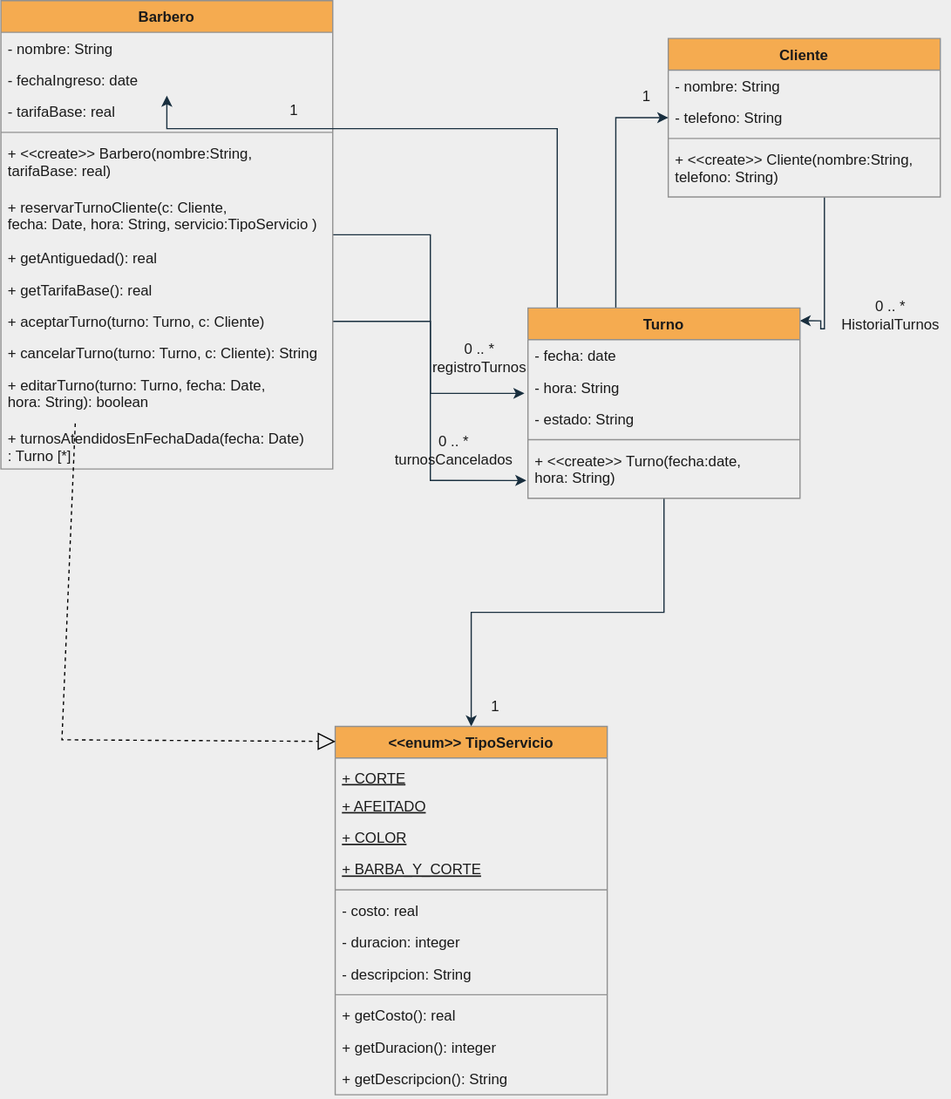
dazayamil/Java_Objetos1 keeps this draw.io diagram as GestionTurnosBarberia/UML.svg. Above is the earlier version. Source tidied: cells renumbered, new cells last; positions are measured from the earlier drawing's top-left corner, leaving out a move shared by most shapes.
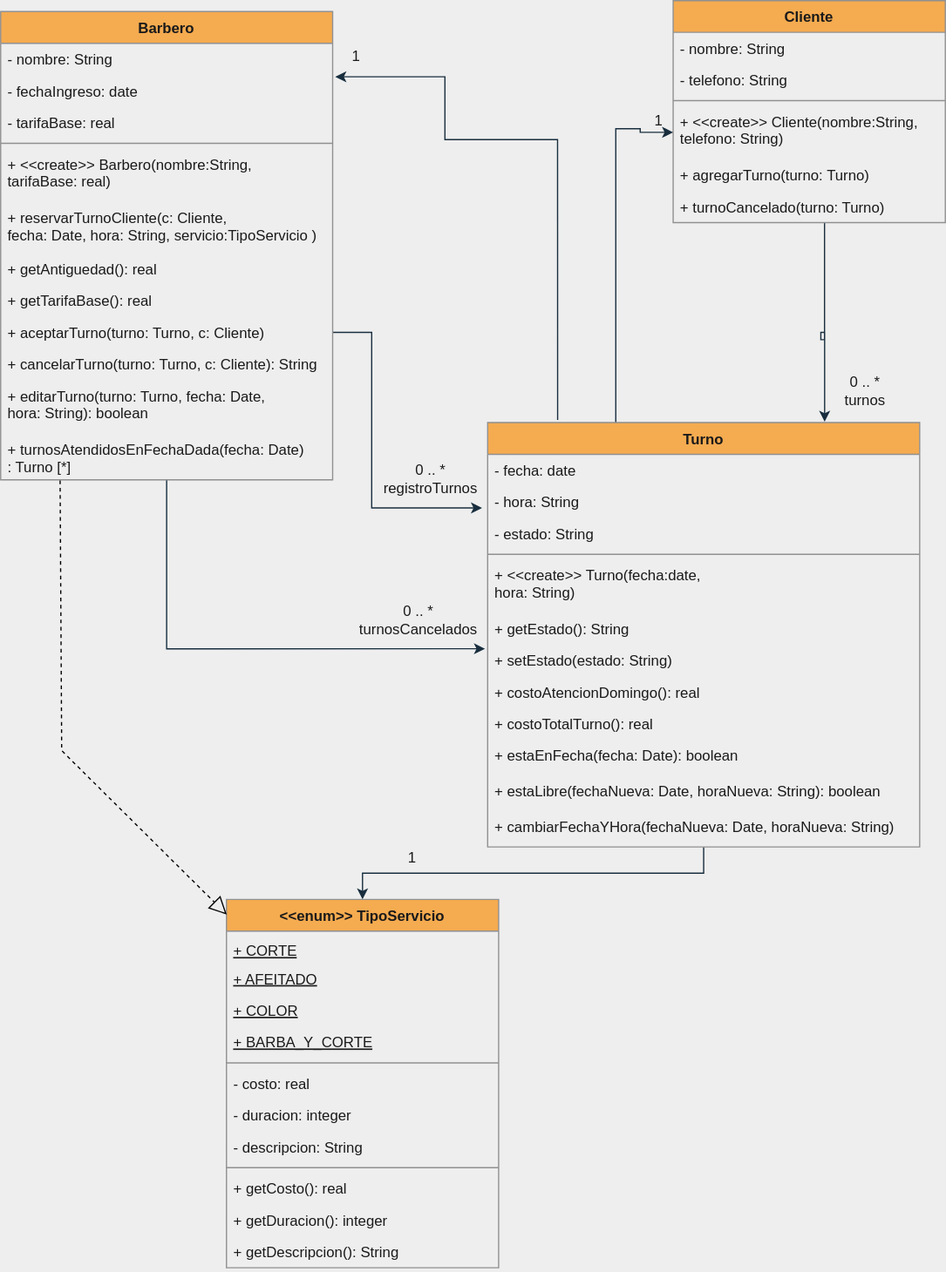
The same file after the commit.

Commit message:
Diseño UML terminado

What changed in the source:
```diff
@@ -3,9 +3,14 @@
     <mxCell id="0" />
     <mxCell id="1" parent="0" />
     <mxCell id="2" style="edgeStyle=orthogonalEdgeStyle;rounded=0;jettySize=auto;html=1;strokeColor=#182E3E;fontColor=#1A1A1A;exitX=1;exitY=0.5;exitDx=0;exitDy=0;entryX=-0.013;entryY=0.692;entryDx=0;entryDy=0;entryPerimeter=0;" parent="1" edge="1" source="13" target="28">
-      <mxGeometry relative="1" as="geometry" />
+      <mxGeometry relative="1" as="geometry">
+        <Array as="points">
+          <mxPoint x="304" y="263" />
+          <mxPoint x="304" y="407" />
+        </Array>
+      </mxGeometry>
     </mxCell>
-    <mxCell id="3" style="edgeStyle=orthogonalEdgeStyle;rounded=0;jettySize=auto;html=1;strokeColor=#182E3E;fontColor=#1A1A1A;entryX=-0.006;entryY=0.669;entryDx=0;entryDy=0;entryPerimeter=0;" parent="1" edge="1" source="4" target="31">
+    <mxCell id="3" style="edgeStyle=orthogonalEdgeStyle;rounded=0;jettySize=auto;html=1;strokeColor=#182E3E;fontColor=#1A1A1A;entryX=-0.006;entryY=0.133;entryDx=0;entryDy=0;entryPerimeter=0;" parent="1" edge="1" source="4" target="55">
       <mxGeometry relative="1" as="geometry" />
     </mxCell>
     <mxCell id="4" value="Barbero" style="swimlane;fontStyle=1;align=center;verticalAlign=top;horizontal=1;startSize=26;strokeColor=#909090;fontColor=#1A1A1A;fillColor=#F5AB50;" parent="1" vertex="1">
@@ -47,17 +52,18 @@
     <mxCell id="16" value="+ turnosAtendidosEnFechaDada(fecha: Date)&#10;: Turno [*]" style="text;strokeColor=none;fillColor=none;align=left;verticalAlign=top;spacingLeft=4;spacingRight=4;overflow=hidden;points=[[0,0.5],[1,0.5]];portConstraint=eastwest;fontColor=#1A1A1A;" parent="4" vertex="1">
       <mxGeometry y="346" width="272" height="38" as="geometry" />
     </mxCell>
-    <mxCell id="17" style="edgeStyle=orthogonalEdgeStyle;rounded=0;jettySize=auto;html=1;strokeColor=#182E3E;fontColor=#1A1A1A;entryX=0.999;entryY=0.067;entryDx=0;entryDy=0;entryPerimeter=0;" parent="1" edge="1" source="18" target="26">
+    <mxCell id="17" style="edgeStyle=orthogonalEdgeStyle;rounded=0;jettySize=auto;html=1;strokeColor=#182E3E;fontColor=#1A1A1A;entryX=0.78;entryY=-0.002;entryDx=0;entryDy=0;entryPerimeter=0;" parent="1" edge="1" source="18" target="26">
       <mxGeometry relative="1" as="geometry">
         <Array as="points">
           <mxPoint x="675" y="269" />
           <mxPoint x="672" y="269" />
           <mxPoint x="672" y="263" />
+          <mxPoint x="675" y="263" />
         </Array>
       </mxGeometry>
     </mxCell>
     <mxCell id="18" value="Cliente" style="swimlane;fontStyle=1;align=center;verticalAlign=top;horizontal=1;startSize=26;strokeColor=#909090;fontColor=#1A1A1A;fillColor=#F5AB50;" parent="1" vertex="1">
-      <mxGeometry x="547" y="31" width="223" height="130" as="geometry" />
+      <mxGeometry x="551" y="-9" width="223" height="182" as="geometry" />
     </mxCell>
     <mxCell id="19" value="- nombre: String" style="text;strokeColor=none;fillColor=none;align=left;verticalAlign=top;spacingLeft=4;spacingRight=4;overflow=hidden;fontColor=#1A1A1A;" parent="18" vertex="1">
       <mxGeometry y="26" width="223" height="26" as="geometry" />
@@ -71,17 +77,27 @@
     <mxCell id="22" value="+ &lt;&lt;create&gt;&gt; Cliente(nombre:String,&#10;telefono: String)" style="text;strokeColor=none;fillColor=none;align=left;verticalAlign=top;spacingLeft=4;spacingRight=4;overflow=hidden;points=[[0,0.5],[1,0.5]];portConstraint=eastwest;fontColor=#1A1A1A;" parent="18" vertex="1">
       <mxGeometry y="86" width="223" height="44" as="geometry" />
     </mxCell>
+    <mxCell id="52" value="+ agregarTurno(turno: Turno)" style="text;strokeColor=none;fillColor=none;align=left;verticalAlign=top;spacingLeft=4;spacingRight=4;overflow=hidden;fontColor=#1A1A1A;" parent="18" vertex="1">
+      <mxGeometry y="130" width="223" height="26" as="geometry" />
+    </mxCell>
+    <mxCell id="53" value="+ turnoCancelado(turno: Turno)" style="text;strokeColor=none;fillColor=none;align=left;verticalAlign=top;spacingLeft=4;spacingRight=4;overflow=hidden;fontColor=#1A1A1A;" parent="18" vertex="1">
+      <mxGeometry y="156" width="223" height="26" as="geometry" />
+    </mxCell>
-    <mxCell id="23" style="edgeStyle=orthogonalEdgeStyle;rounded=0;jettySize=auto;html=1;strokeColor=#182E3E;fontColor=#1A1A1A;" parent="1" edge="1" source="26" target="20">
+    <mxCell id="23" style="edgeStyle=orthogonalEdgeStyle;rounded=0;jettySize=auto;html=1;strokeColor=#182E3E;fontColor=#1A1A1A;entryX=0;entryY=0.5;entryDx=0;entryDy=0;" parent="1" edge="1" source="26" target="22">
       <mxGeometry relative="1" as="geometry">
         <Array as="points">
           <mxPoint x="504" y="96" />
+          <mxPoint x="524" y="96" />
+          <mxPoint x="524" y="99" />
         </Array>
       </mxGeometry>
     </mxCell>
-    <mxCell id="24" style="edgeStyle=orthogonalEdgeStyle;rounded=0;jettySize=auto;html=1;strokeColor=#182E3E;fontColor=#1A1A1A;" parent="1" edge="1" source="26" target="6">
+    <mxCell id="24" style="edgeStyle=orthogonalEdgeStyle;rounded=0;jettySize=auto;html=1;strokeColor=#182E3E;fontColor=#1A1A1A;entryX=1.008;entryY=0.057;entryDx=0;entryDy=0;entryPerimeter=0;exitX=0.162;exitY=-0.006;exitDx=0;exitDy=0;exitPerimeter=0;" parent="1" edge="1" source="26" target="6">
       <mxGeometry relative="1" as="geometry">
         <Array as="points">
           <mxPoint x="456" y="105" />
+          <mxPoint x="364" y="105" />
+          <mxPoint x="364" y="53" />
         </Array>
       </mxGeometry>
     </mxCell>
@@ -89,25 +105,46 @@
       <mxGeometry relative="1" as="geometry" />
     </mxCell>
     <mxCell id="26" value="Turno" style="swimlane;fontStyle=1;align=center;verticalAlign=top;horizontal=1;startSize=26;strokeColor=#909090;fontColor=#1A1A1A;fillColor=#F5AB50;" parent="1" vertex="1">
-      <mxGeometry x="432" y="252" width="223" height="156" as="geometry" />
+      <mxGeometry x="399" y="337" width="354" height="348" as="geometry" />
     </mxCell>
     <mxCell id="27" value="- fecha: date" style="text;strokeColor=none;fillColor=none;align=left;verticalAlign=top;spacingLeft=4;spacingRight=4;overflow=hidden;fontColor=#1A1A1A;" parent="26" vertex="1">
-      <mxGeometry y="26" width="223" height="26" as="geometry" />
+      <mxGeometry y="26" width="354" height="26" as="geometry" />
     </mxCell>
     <mxCell id="28" value="- hora: String" style="text;strokeColor=none;fillColor=none;align=left;verticalAlign=top;spacingLeft=4;spacingRight=4;overflow=hidden;points=[[0,0.5],[1,0.5]];portConstraint=eastwest;fontColor=#1A1A1A;" parent="26" vertex="1">
-      <mxGeometry y="52" width="223" height="26" as="geometry" />
+      <mxGeometry y="52" width="354" height="26" as="geometry" />
     </mxCell>
     <mxCell id="29" value="- estado: String" style="text;strokeColor=none;fillColor=none;align=left;verticalAlign=top;spacingLeft=4;spacingRight=4;overflow=hidden;fontColor=#1A1A1A;" parent="26" vertex="1">
-      <mxGeometry y="78" width="223" height="26" as="geometry" />
+      <mxGeometry y="78" width="354" height="26" as="geometry" />
     </mxCell>
     <mxCell id="30" style="line;strokeWidth=1;fillColor=none;align=left;verticalAlign=middle;spacingTop=-1;spacingLeft=3;spacingRight=3;labelPosition=right;strokeColor=inherit;fontColor=#1A1A1A;" parent="26" vertex="1">
-      <mxGeometry y="104" width="223" height="8" as="geometry" />
+      <mxGeometry y="104" width="354" height="8" as="geometry" />
     </mxCell>
     <mxCell id="31" value="+ &lt;&lt;create&gt;&gt; Turno(fecha:date,&#10;hora: String)" style="text;strokeColor=none;fillColor=none;align=left;verticalAlign=top;spacingLeft=4;spacingRight=4;overflow=hidden;points=[[0,0.5],[1,0.5]];portConstraint=eastwest;fontColor=#1A1A1A;" parent="26" vertex="1">
-      <mxGeometry y="112" width="223" height="44" as="geometry" />
+      <mxGeometry y="112" width="354" height="44" as="geometry" />
     </mxCell>
+    <mxCell id="54" value="+ getEstado(): String" style="text;strokeColor=none;fillColor=none;align=left;verticalAlign=top;spacingLeft=4;spacingRight=4;overflow=hidden;fontColor=#1A1A1A;" parent="26" vertex="1">
+      <mxGeometry y="156" width="354" height="26" as="geometry" />
+    </mxCell>
+    <mxCell id="55" value="+ setEstado(estado: String)" style="text;strokeColor=none;fillColor=none;align=left;verticalAlign=top;spacingLeft=4;spacingRight=4;overflow=hidden;points=[[0,0.5],[1,0.5]];portConstraint=eastwest;fontColor=#1A1A1A;" parent="26" vertex="1">
+      <mxGeometry y="182" width="354" height="26" as="geometry" />
+    </mxCell>
+    <mxCell id="56" value="+ costoAtencionDomingo(): real" style="text;strokeColor=none;fillColor=none;align=left;verticalAlign=top;spacingLeft=4;spacingRight=4;overflow=hidden;fontColor=#1A1A1A;" parent="26" vertex="1">
+      <mxGeometry y="208" width="354" height="26" as="geometry" />
+    </mxCell>
+    <mxCell id="57" value="+ costoTotalTurno(): real" style="text;strokeColor=none;fillColor=none;align=left;verticalAlign=top;spacingLeft=4;spacingRight=4;overflow=hidden;fontColor=#1A1A1A;" parent="26" vertex="1">
+      <mxGeometry y="234" width="354" height="26" as="geometry" />
+    </mxCell>
+    <mxCell id="58" value="+ estaEnFecha(fecha: Date): boolean" style="text;strokeColor=none;fillColor=none;align=left;verticalAlign=top;spacingLeft=4;spacingRight=4;overflow=hidden;fontColor=#1A1A1A;" parent="26" vertex="1">
+      <mxGeometry y="260" width="354" height="29" as="geometry" />
+    </mxCell>
+    <mxCell id="59" value="+ estaLibre(fechaNueva: Date, horaNueva: String): boolean" style="text;strokeColor=none;fillColor=none;align=left;verticalAlign=top;spacingLeft=4;spacingRight=4;overflow=hidden;fontColor=#1A1A1A;" parent="26" vertex="1">
+      <mxGeometry y="289" width="354" height="29" as="geometry" />
+    </mxCell>
+    <mxCell id="60" value="+ cambiarFechaYHora(fechaNueva: Date, horaNueva: String)" style="text;strokeColor=none;fillColor=none;align=left;verticalAlign=top;spacingLeft=4;spacingRight=4;overflow=hidden;fontColor=#1A1A1A;" parent="26" vertex="1">
+      <mxGeometry y="318" width="354" height="30" as="geometry" />
+    </mxCell>
     <mxCell id="32" value="&lt;&lt;enum&gt;&gt; TipoServicio" style="swimlane;fontStyle=1;align=center;verticalAlign=top;horizontal=1;startSize=26;strokeColor=#909090;fontColor=#1A1A1A;fillColor=#F5AB50;" parent="1" vertex="1">
-      <mxGeometry x="274" y="595" width="223" height="302" as="geometry" />
+      <mxGeometry x="185" y="728" width="223" height="302" as="geometry" />
     </mxCell>
     <mxCell id="33" value="+ CORTE" style="text;strokeColor=none;fillColor=none;align=left;verticalAlign=bottom;spacingLeft=4;spacingRight=4;overflow=hidden;fontColor=#1A1A1A;fontStyle=4;" parent="32" vertex="1">
       <mxGeometry y="26" width="223" height="26" as="geometry" />
@@ -146,24 +183,24 @@
       <mxGeometry y="276" width="223" height="26" as="geometry" />
     </mxCell>
     <mxCell id="45" value="0 .. *&lt;br&gt;registroTurnos" style="text;html=1;align=center;verticalAlign=middle;strokeColor=none;fillColor=none;fontColor=#1A1A1A;" parent="1" vertex="1">
-      <mxGeometry x="344" y="272" width="95" height="41" as="geometry" />
+      <mxGeometry x="304" y="363" width="95" height="41" as="geometry" />
     </mxCell>
     <mxCell id="46" value="0 .. *&lt;br&gt;turnosCancelados" style="text;html=1;align=center;verticalAlign=middle;strokeColor=none;fillColor=none;fontColor=#1A1A1A;" parent="1" vertex="1">
-      <mxGeometry x="313" y="348" width="115" height="41" as="geometry" />
+      <mxGeometry x="284" y="478" width="115" height="41" as="geometry" />
     </mxCell>
-    <mxCell id="47" value="0 .. *&lt;br&gt;HistorialTurnos" style="text;html=1;align=center;verticalAlign=middle;strokeColor=none;fillColor=none;fontColor=#1A1A1A;" parent="1" vertex="1">
-      <mxGeometry x="680" y="237" width="98" height="41" as="geometry" />
+    <mxCell id="47" value="0 .. *&lt;br&gt;turnos" style="text;html=1;align=center;verticalAlign=middle;strokeColor=none;fillColor=none;fontColor=#1A1A1A;" parent="1" vertex="1">
+      <mxGeometry x="682" y="290" width="51" height="41" as="geometry" />
     </mxCell>
     <mxCell id="48" value="1" style="text;html=1;align=center;verticalAlign=middle;strokeColor=none;fillColor=none;fontColor=#1A1A1A;" parent="1" vertex="1">
-      <mxGeometry x="227" y="77" width="25" height="26" as="geometry" />
+      <mxGeometry x="278" y="24" width="25" height="26" as="geometry" />
     </mxCell>
     <mxCell id="49" value="1" style="text;html=1;align=center;verticalAlign=middle;strokeColor=none;fillColor=none;fontColor=#1A1A1A;" parent="1" vertex="1">
-      <mxGeometry x="516" y="66" width="25" height="26" as="geometry" />
+      <mxGeometry x="526" y="77" width="25" height="26" as="geometry" />
     </mxCell>
     <mxCell id="50" value="1" style="text;html=1;align=center;verticalAlign=middle;strokeColor=none;fillColor=none;fontColor=#1A1A1A;" parent="1" vertex="1">
-      <mxGeometry x="392" y="566" width="25" height="26" as="geometry" />
+      <mxGeometry x="324" y="681" width="25" height="26" as="geometry" />
     </mxCell>
-    <mxCell id="51" style="endArrow=block;dashed=1;endFill=0;endSize=12;html=1;rounded=0;exitX=0.224;exitY=1.015;exitDx=0;exitDy=0;exitPerimeter=0;entryX=0.001;entryY=0.041;entryDx=0;entryDy=0;entryPerimeter=0;strokeColor=#000000;" parent="1" edge="1" source="15" target="32">
+    <mxCell id="51" style="endArrow=block;dashed=1;endFill=0;endSize=12;html=1;rounded=0;exitX=0.179;exitY=1.014;exitDx=0;exitDy=0;exitPerimeter=0;entryX=0.001;entryY=0.041;entryDx=0;entryDy=0;entryPerimeter=0;strokeColor=#000000;" parent="1" edge="1" source="16" target="32">
       <mxGeometry relative="1" as="geometry">
         <Array as="points">
           <mxPoint x="50" y="606" />
```
